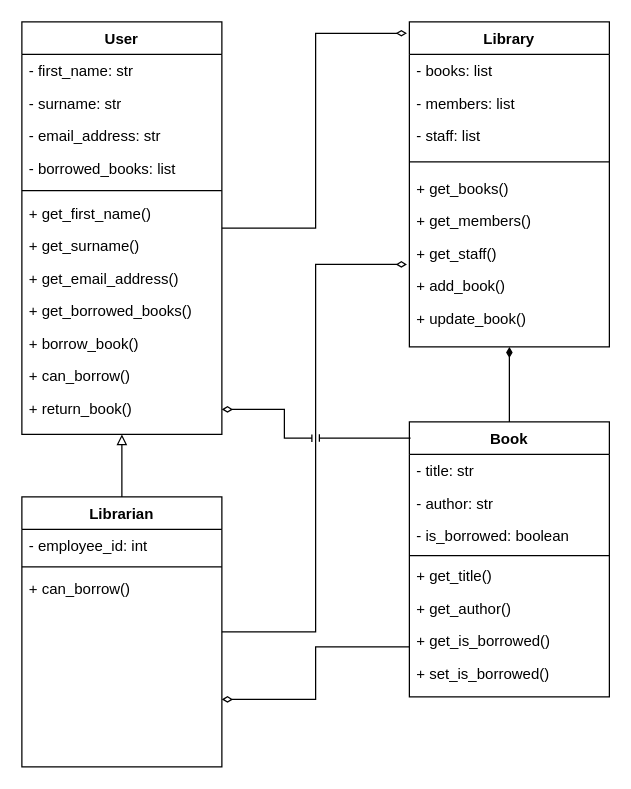
The draw.io diagram docs/lms_class_diagram.drawio in JoshuaBilsland/library-management-system, before the edit. Source tidied: cells renumbered, new cells numbered last; positions are measured from the earlier drawing's top-left corner, leaving out a move shared by most shapes. Both pictures are drawn from the tidied source at 125%, with x=0, y=0 at pixel (21, 21).
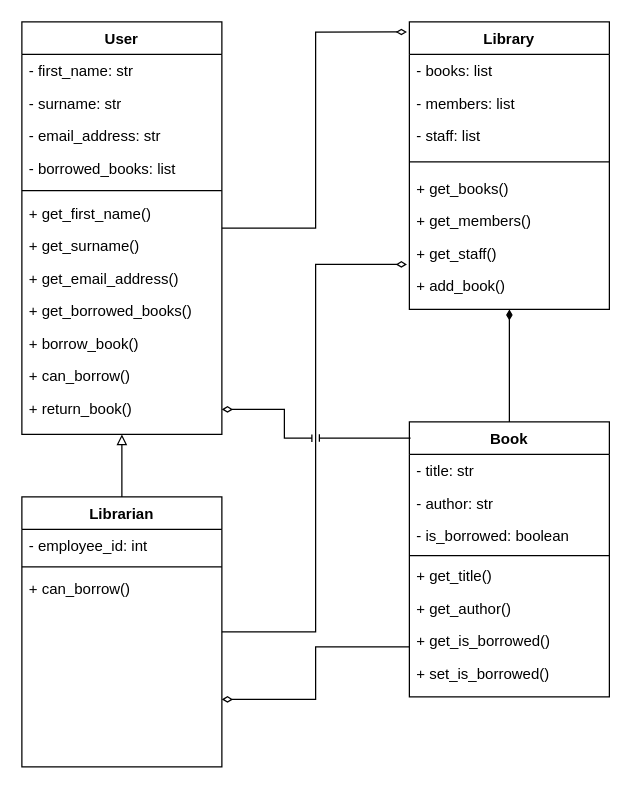
Above is the later version.

Commit message (it also covers changes not shown here):
feat: add library class

Updated class diagram to reflect change in approach.

Change to the diagram source:
```diff
@@
     <mxCell id="16" value="Library" style="swimlane;fontStyle=1;align=center;verticalAlign=top;horizontal=1;startSize=26;rounded=0;shadow=0;strokeWidth=1;" parent="1" vertex="1">
-      <mxGeometry x="310" width="160" height="260" as="geometry" />
+      <mxGeometry x="310" width="160" height="230" as="geometry" />
     </mxCell>
@@
-    <mxCell id="25" value="+ update_book()" style="text;strokeColor=none;fillColor=none;align=left;verticalAlign=top;spacingLeft=4;spacingRight=4;overflow=hidden;whiteSpace=wrap;html=1;" parent="16" vertex="1">
-      <mxGeometry y="224" width="160" height="26" as="geometry" />
-    </mxCell>
```
